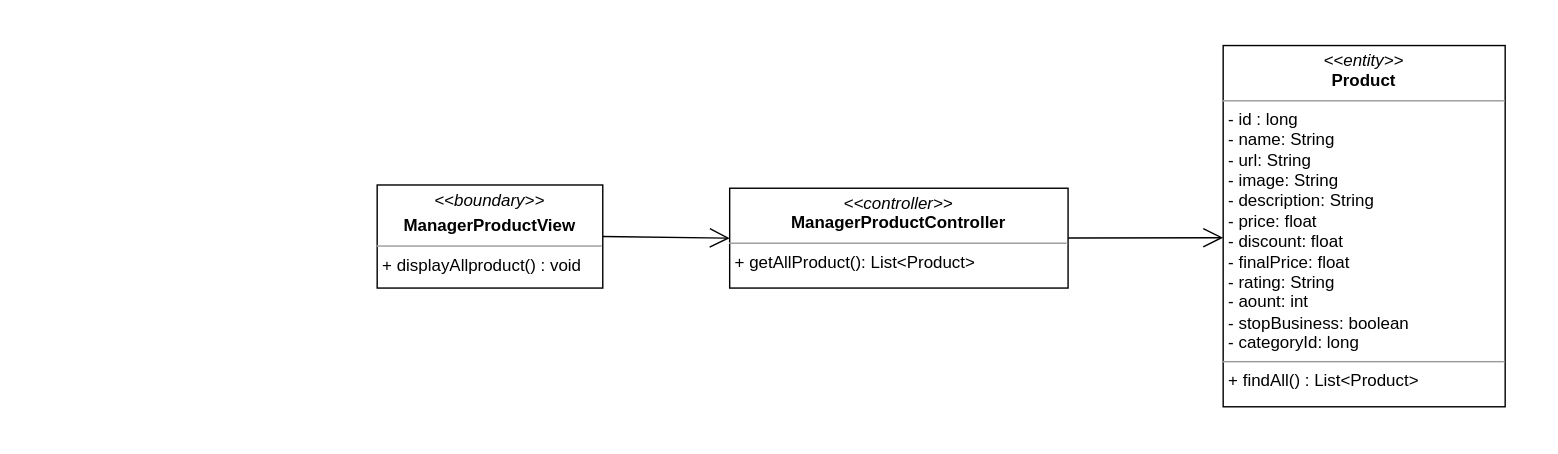
The draw.io diagram class diagram/manager-product-class-diagram.drawio in nguyenphamvan/datn_20202, before the edit. Source tidied: cells renumbered, new cells numbered last; positions are measured from the earlier drawing's top-left corner, leaving out a move shared by most shapes. Both pictures are drawn from the tidied source at 141%, with x=0, y=0 at pixel (376, 45).
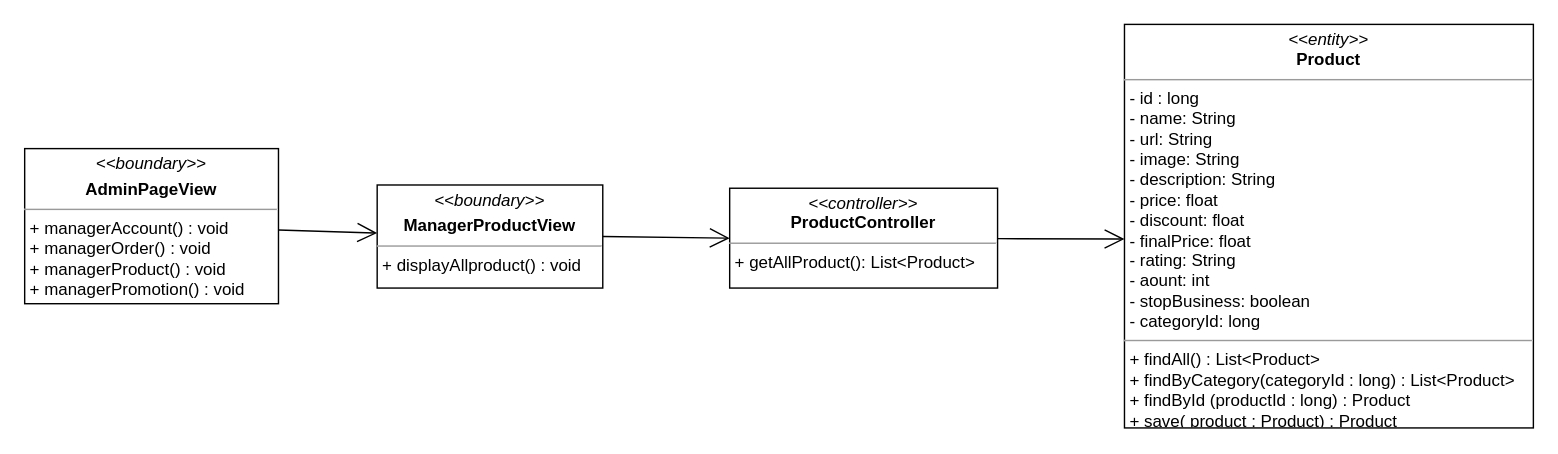
The same diagram, later.

Diff of the diagram source:
```diff
@@
 <mxGraphModel>
   <root>
     <mxCell id="0" />
     <mxCell id="1" parent="0" />
     <mxCell id="2" value="&lt;p style=&quot;margin: 0px ; margin-top: 4px ; text-align: center&quot;&gt;&lt;i&gt;&amp;lt;&amp;lt;boundary&amp;gt;&amp;gt;&lt;/i&gt;&lt;/p&gt;&lt;p style=&quot;margin: 0px ; margin-top: 4px ; text-align: center&quot;&gt;&lt;b&gt;ManagerProductView&lt;/b&gt;&lt;/p&gt;&lt;hr size=&quot;1&quot;&gt;&lt;p style=&quot;margin: 0px ; margin-left: 4px&quot;&gt;&lt;span&gt;+ displayAllproduct() : void&lt;/span&gt;&lt;br&gt;&lt;/p&gt;" style="verticalAlign=top;align=left;overflow=fill;fontSize=12;fontFamily=Helvetica;html=1;" parent="1" vertex="1">
       <mxGeometry y="98.7" width="160" height="73.1" as="geometry" />
     </mxCell>
     <mxCell id="3" style="endArrow=open;endFill=1;endSize=12;html=1;entryX=0;entryY=0.5;entryDx=0;entryDy=0;exitX=1;exitY=0.5;exitDx=0;exitDy=0;" parent="1" edge="1" source="2" target="4">
       <mxGeometry relative="1" as="geometry" />
     </mxCell>
-    <mxCell id="4" value="&lt;p style=&quot;margin: 0px ; margin-top: 4px ; text-align: center&quot;&gt;&lt;i&gt;&amp;lt;&amp;lt;controller&amp;gt;&amp;gt;&lt;/i&gt;&lt;br&gt;&lt;b&gt;ManagerProductController&lt;/b&gt;&lt;/p&gt;&lt;hr size=&quot;1&quot;&gt;&lt;p style=&quot;margin: 0px ; margin-left: 4px&quot;&gt;+ getAllProduct(): List&amp;lt;Product&amp;gt;&lt;br&gt;&lt;/p&gt;" style="verticalAlign=top;align=left;overflow=fill;fontSize=12;fontFamily=Helvetica;html=1;" parent="1" vertex="1">
-      <mxGeometry x="250" y="101" width="240" height="70.8" as="geometry" />
+    <mxCell id="4" value="&lt;p style=&quot;margin: 0px ; margin-top: 4px ; text-align: center&quot;&gt;&lt;i&gt;&amp;lt;&amp;lt;controller&amp;gt;&amp;gt;&lt;/i&gt;&lt;br&gt;&lt;b&gt;ProductController&lt;/b&gt;&lt;/p&gt;&lt;hr size=&quot;1&quot;&gt;&lt;p style=&quot;margin: 0px ; margin-left: 4px&quot;&gt;+ getAllProduct(): List&amp;lt;Product&amp;gt;&lt;br&gt;&lt;/p&gt;" style="verticalAlign=top;align=left;overflow=fill;fontSize=12;fontFamily=Helvetica;html=1;" parent="1" vertex="1">
+      <mxGeometry x="250" y="101" width="190" height="70.8" as="geometry" />
     </mxCell>
     <mxCell id="5" style="endArrow=open;endFill=1;endSize=12;html=1;entryX=0;entryY=0.532;entryDx=0;entryDy=0;entryPerimeter=0;" parent="1" edge="1" source="4" target="6">
       <mxGeometry relative="1" as="geometry" />
     </mxCell>
-    <mxCell id="6" value="&lt;p style=&quot;margin: 0px ; margin-top: 4px ; text-align: center&quot;&gt;&lt;i&gt;&amp;lt;&amp;lt;entity&amp;gt;&amp;gt;&lt;/i&gt;&lt;br&gt;&lt;b&gt;Product&lt;/b&gt;&lt;/p&gt;&lt;hr size=&quot;1&quot;&gt;&lt;p style=&quot;margin: 0px ; margin-left: 4px&quot;&gt;- id : long&lt;/p&gt;&lt;p style=&quot;margin: 0px ; margin-left: 4px&quot;&gt;- name: String&lt;br&gt;- url: String&lt;/p&gt;&lt;p style=&quot;margin: 0px ; margin-left: 4px&quot;&gt;- image: String&lt;/p&gt;&lt;p style=&quot;margin: 0px ; margin-left: 4px&quot;&gt;- description: String&lt;/p&gt;&lt;p style=&quot;margin: 0px ; margin-left: 4px&quot;&gt;- price: float&lt;/p&gt;&lt;p style=&quot;margin: 0px ; margin-left: 4px&quot;&gt;- discount: float&lt;/p&gt;&lt;p style=&quot;margin: 0px ; margin-left: 4px&quot;&gt;- finalPrice: float&lt;/p&gt;&lt;p style=&quot;margin: 0px ; margin-left: 4px&quot;&gt;- rating: String&lt;/p&gt;&lt;p style=&quot;margin: 0px ; margin-left: 4px&quot;&gt;- aount: int&lt;/p&gt;&lt;p style=&quot;margin: 0px ; margin-left: 4px&quot;&gt;- stopBusiness: boolean&lt;/p&gt;&lt;p style=&quot;margin: 0px ; margin-left: 4px&quot;&gt;- categoryId: long&lt;/p&gt;&lt;hr size=&quot;1&quot;&gt;&lt;p style=&quot;margin: 0px ; margin-left: 4px&quot;&gt;+ findAll() : List&amp;lt;Product&amp;gt;&lt;/p&gt;" style="verticalAlign=top;align=left;overflow=fill;fontSize=12;fontFamily=Helvetica;html=1;" parent="1" vertex="1">
-      <mxGeometry x="600" y="-0.2" width="200" height="256.2" as="geometry" />
+    <mxCell id="6" value="&lt;p style=&quot;margin: 0px ; margin-top: 4px ; text-align: center&quot;&gt;&lt;i&gt;&amp;lt;&amp;lt;entity&amp;gt;&amp;gt;&lt;/i&gt;&lt;br&gt;&lt;b&gt;Product&lt;/b&gt;&lt;/p&gt;&lt;hr size=&quot;1&quot;&gt;&lt;p style=&quot;margin: 0px ; margin-left: 4px&quot;&gt;- id : long&lt;/p&gt;&lt;p style=&quot;margin: 0px ; margin-left: 4px&quot;&gt;- name: String&lt;br&gt;- url: String&lt;/p&gt;&lt;p style=&quot;margin: 0px ; margin-left: 4px&quot;&gt;- image: String&lt;/p&gt;&lt;p style=&quot;margin: 0px ; margin-left: 4px&quot;&gt;- description: String&lt;/p&gt;&lt;p style=&quot;margin: 0px ; margin-left: 4px&quot;&gt;- price: float&lt;/p&gt;&lt;p style=&quot;margin: 0px ; margin-left: 4px&quot;&gt;- discount: float&lt;/p&gt;&lt;p style=&quot;margin: 0px ; margin-left: 4px&quot;&gt;- finalPrice: float&lt;/p&gt;&lt;p style=&quot;margin: 0px ; margin-left: 4px&quot;&gt;- rating: String&lt;/p&gt;&lt;p style=&quot;margin: 0px ; margin-left: 4px&quot;&gt;- aount: int&lt;/p&gt;&lt;p style=&quot;margin: 0px ; margin-left: 4px&quot;&gt;- stopBusiness: boolean&lt;/p&gt;&lt;p style=&quot;margin: 0px ; margin-left: 4px&quot;&gt;- categoryId: long&lt;/p&gt;&lt;hr size=&quot;1&quot;&gt;&lt;p style=&quot;margin: 0px 0px 0px 4px&quot;&gt;+ findAll() : List&amp;lt;Product&amp;gt;&lt;/p&gt;&lt;p style=&quot;margin: 0px 0px 0px 4px&quot;&gt;+ findByCategory(categoryId : long) : List&amp;lt;Product&amp;gt;&lt;/p&gt;&lt;p style=&quot;margin: 0px 0px 0px 4px&quot;&gt;+ findById (productId : long) : Product&lt;/p&gt;&lt;p style=&quot;margin: 0px 0px 0px 4px&quot;&gt;+ save( product : Product) : Product&lt;/p&gt;" style="verticalAlign=top;align=left;overflow=fill;fontSize=12;fontFamily=Helvetica;html=1;" parent="1" vertex="1">
+      <mxGeometry x="530" y="-15.2" width="290" height="286.2" as="geometry" />
     </mxCell>
+    <mxCell id="7" value="&lt;p style=&quot;margin: 0px ; margin-top: 4px ; text-align: center&quot;&gt;&lt;i&gt;&amp;lt;&amp;lt;boundary&amp;gt;&amp;gt;&lt;/i&gt;&lt;/p&gt;&lt;p style=&quot;margin: 0px ; margin-top: 4px ; text-align: center&quot;&gt;&lt;b&gt;AdminPageView&lt;/b&gt;&lt;/p&gt;&lt;hr size=&quot;1&quot;&gt;&lt;p style=&quot;margin: 0px ; margin-left: 4px&quot;&gt;&lt;span&gt;+ managerAccount() : void&lt;/span&gt;&lt;br&gt;&lt;/p&gt;&lt;p style=&quot;margin: 0px ; margin-left: 4px&quot;&gt;&lt;span&gt;+ managerOrder() : void&lt;/span&gt;&lt;/p&gt;&lt;p style=&quot;margin: 0px ; margin-left: 4px&quot;&gt;&lt;span&gt;+ managerProduct() : void&lt;/span&gt;&lt;/p&gt;&lt;p style=&quot;margin: 0px ; margin-left: 4px&quot;&gt;&lt;span&gt;+ managerPromotion() : void&lt;/span&gt;&lt;/p&gt;" style="verticalAlign=top;align=left;overflow=fill;fontSize=12;fontFamily=Helvetica;html=1;" parent="1" vertex="1">
+      <mxGeometry x="-250" y="72.9" width="180" height="110" as="geometry" />
+    </mxCell>
+    <mxCell id="8" style="endArrow=open;endFill=1;endSize=12;html=1;" parent="1" edge="1" source="7" target="2">
+      <mxGeometry relative="1" as="geometry" />
+    </mxCell>
   </root>
 </mxGraphModel>
```
